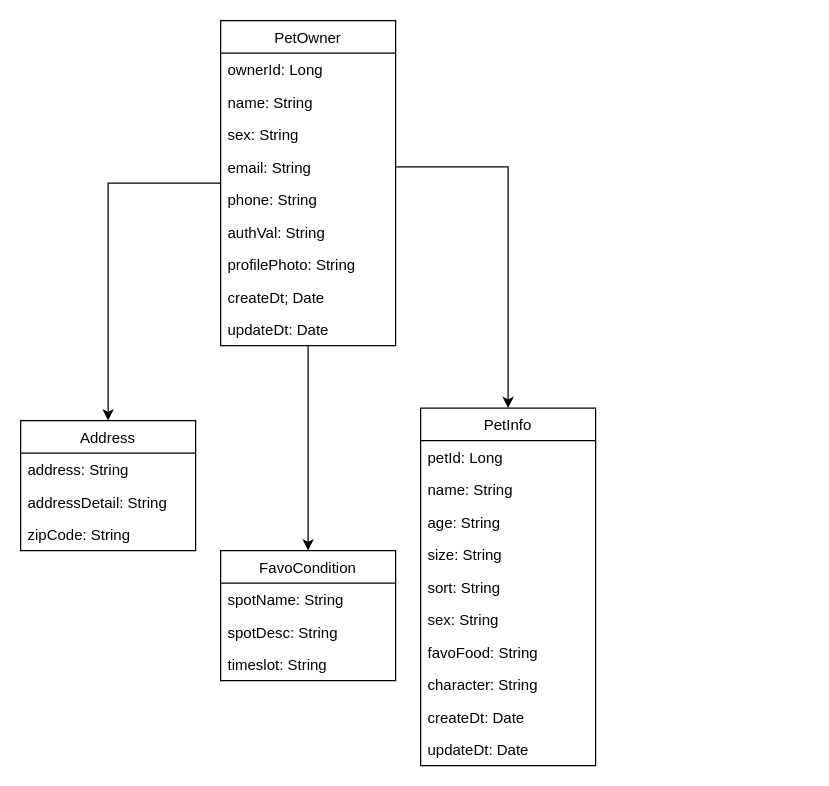
The draw.io diagram page "Page-1" (1 of 2) of Untitled Diagram.drawio in shimjinyoung/springbootpjt, before the edit. Source tidied: cells renumbered, new cells numbered last; positions are measured from the earlier drawing's top-left corner, leaving out a move shared by most shapes. Both pictures are drawn from the tidied source at 125%, with x=0, y=0 at pixel (20, 20).
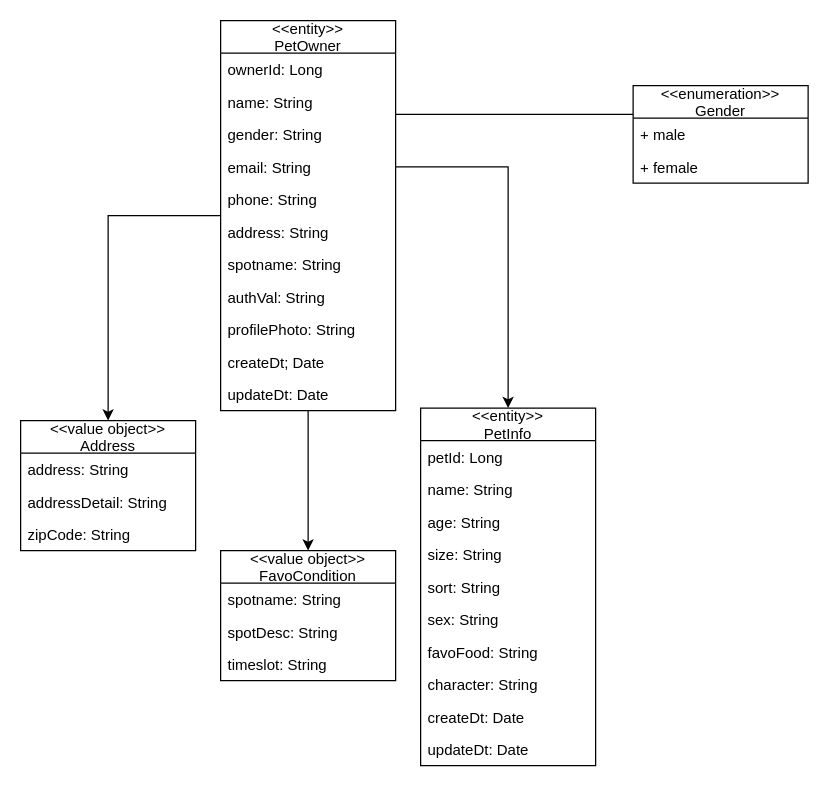
The same page after the edit.

What changed in the source:
```diff
@@
-    <mxCell id="2" value="Address" style="swimlane;fontStyle=0;horizontal=1;startSize=26;fillColor=none;" parent="1" vertex="1">
+    <mxCell id="2" value="&lt;&lt;value object&gt;&gt;&#10;Address" style="swimlane;fontStyle=0;horizontal=1;startSize=26;fillColor=none;" parent="1" vertex="1">
       <mxGeometry y="320" width="140" height="104" as="geometry" />
     </mxCell>
@@
-    <mxCell id="7" value="PetInfo" style="swimlane;fontStyle=0;horizontal=1;startSize=26;fillColor=none;" parent="1" vertex="1">
+    <mxCell id="7" value="&lt;&lt;entity&gt;&gt;&#10;PetInfo" style="swimlane;fontStyle=0;horizontal=1;startSize=26;fillColor=none;" parent="1" vertex="1">
       <mxGeometry x="320" y="310" width="140" height="286" as="geometry" />
     </mxCell>
@@
-    <mxCell id="20" value="PetOwner" style="swimlane;fontStyle=0;horizontal=1;startSize=26;fillColor=none;" parent="1" vertex="1">
-      <mxGeometry x="160" width="140" height="260" as="geometry" />
+    <mxCell id="20" value="&lt;&lt;entity&gt;&gt;&#10;PetOwner" style="swimlane;fontStyle=0;horizontal=1;startSize=26;fillColor=none;" parent="1" vertex="1">
+      <mxGeometry x="160" width="140" height="312" as="geometry" />
     </mxCell>
@@
-    <mxCell id="23" value="sex: String" style="text;strokeColor=none;fillColor=none;align=left;verticalAlign=top;spacingLeft=4;spacingRight=4;overflow=hidden;" parent="20" vertex="1">
+    <mxCell id="23" value="gender: String" style="text;strokeColor=none;fillColor=none;align=left;verticalAlign=top;spacingLeft=4;spacingRight=4;overflow=hidden;" parent="20" vertex="1">
       <mxGeometry y="78" width="140" height="26" as="geometry" />
     </mxCell>
@@
+    <mxCell id="35" value="address: String" style="text;strokeColor=none;fillColor=none;align=left;verticalAlign=top;spacingLeft=4;spacingRight=4;overflow=hidden;" parent="20" vertex="1">
+      <mxGeometry y="156" width="140" height="26" as="geometry" />
+    </mxCell>
+    <mxCell id="36" value="spotname: String" style="text;strokeColor=none;fillColor=none;align=left;verticalAlign=top;spacingLeft=4;spacingRight=4;overflow=hidden;" parent="20" vertex="1">
+      <mxGeometry y="182" width="140" height="26" as="geometry" />
+    </mxCell>
     <mxCell id="26" value="authVal: String" style="text;strokeColor=none;fillColor=none;align=left;verticalAlign=top;spacingLeft=4;spacingRight=4;overflow=hidden;" parent="20" vertex="1">
-      <mxGeometry y="156" width="140" height="26" as="geometry" />
+      <mxGeometry y="208" width="140" height="26" as="geometry" />
     </mxCell>
     <mxCell id="27" value="profilePhoto: String" style="text;strokeColor=none;fillColor=none;align=left;verticalAlign=top;spacingLeft=4;spacingRight=4;overflow=hidden;" parent="20" vertex="1">
-      <mxGeometry y="182" width="140" height="26" as="geometry" />
+      <mxGeometry y="234" width="140" height="26" as="geometry" />
     </mxCell>
     <mxCell id="28" value="createDt; Date" style="text;strokeColor=none;fillColor=none;align=left;verticalAlign=top;spacingLeft=4;spacingRight=4;overflow=hidden;" parent="20" vertex="1">
-      <mxGeometry y="208" width="140" height="26" as="geometry" />
+      <mxGeometry y="260" width="140" height="26" as="geometry" />
     </mxCell>
     <mxCell id="29" value="updateDt: Date" style="text;strokeColor=none;fillColor=none;align=left;verticalAlign=top;spacingLeft=4;spacingRight=4;overflow=hidden;" parent="20" vertex="1">
-      <mxGeometry y="234" width="140" height="26" as="geometry" />
+      <mxGeometry y="286" width="140" height="26" as="geometry" />
     </mxCell>
@@
-    <mxCell id="31" value="FavoCondition" style="swimlane;fontStyle=0;horizontal=1;startSize=26;fillColor=none;" parent="1" vertex="1">
+    <mxCell id="31" value="&lt;&lt;value object&gt;&gt;&#10;FavoCondition" style="swimlane;fontStyle=0;horizontal=1;startSize=26;fillColor=none;" parent="1" vertex="1">
       <mxGeometry x="160" y="424" width="140" height="104" as="geometry" />
     </mxCell>
-    <mxCell id="32" value="spotName: String" style="text;strokeColor=none;fillColor=none;align=left;verticalAlign=top;spacingLeft=4;spacingRight=4;overflow=hidden;" parent="31" vertex="1">
+    <mxCell id="32" value="spotname: String" style="text;strokeColor=none;fillColor=none;align=left;verticalAlign=top;spacingLeft=4;spacingRight=4;overflow=hidden;" parent="31" vertex="1">
       <mxGeometry y="26" width="140" height="26" as="geometry" />
     </mxCell>
@@
+    <mxCell id="37" value="&lt;&lt;enumeration&gt;&gt;&#10;Gender" style="swimlane;fontStyle=0;horizontal=1;startSize=26;fillColor=none;" parent="1" vertex="1">
+      <mxGeometry x="490" y="52" width="140" height="78" as="geometry" />
+    </mxCell>
+    <mxCell id="38" value="+ male" style="text;strokeColor=none;fillColor=none;align=left;verticalAlign=top;spacingLeft=4;spacingRight=4;overflow=hidden;" parent="37" vertex="1">
+      <mxGeometry y="26" width="140" height="26" as="geometry" />
+    </mxCell>
+    <mxCell id="39" value="+ female" style="text;strokeColor=none;fillColor=none;align=left;verticalAlign=top;spacingLeft=4;spacingRight=4;overflow=hidden;" parent="37" vertex="1">
+      <mxGeometry y="52" width="140" height="26" as="geometry" />
+    </mxCell>
+    <mxCell id="40" style="line;strokeWidth=1;fillColor=none;align=left;verticalAlign=middle;spacingTop=-1;spacingLeft=3;spacingRight=3;labelPosition=right;" parent="1" vertex="1">
+      <mxGeometry x="300" y="60" width="190" height="30" as="geometry" />
+    </mxCell>
```
